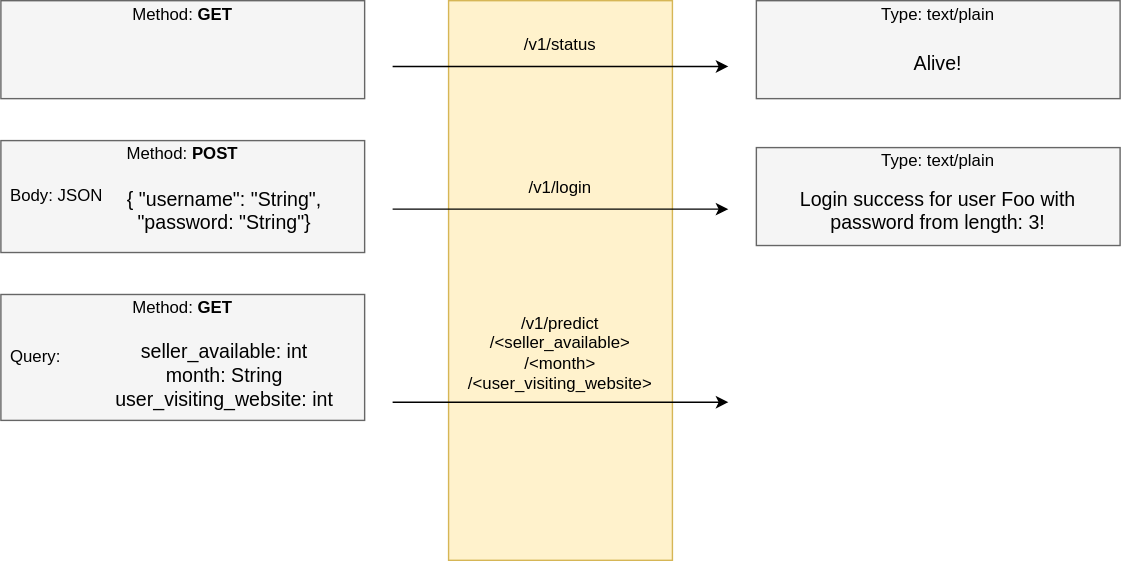
Above: structure.svg in Joffreybvn/challenge-flask-api (draw.io), before the change. Source tidied: cells renumbered, new cells last; positions are measured from the earlier drawing's top-left corner, leaving out a move shared by most shapes. Its diagram source:
```xml
<mxGraphModel>
  <root>
    <mxCell id="0" />
    <mxCell id="1" parent="0" />
    <mxCell id="2" style="rounded=0;whiteSpace=wrap;html=1;fillColor=#fff2cc;strokeColor=#d6b656;" parent="1" vertex="1">
      <mxGeometry x="320" width="160" height="400" as="geometry" />
    </mxCell>
    <mxCell id="3" style="endArrow=classic;html=1;" parent="1" edge="1">
      <mxGeometry relative="1" as="geometry">
        <mxPoint x="280" y="47" as="sourcePoint" />
        <mxPoint x="520" y="47" as="targetPoint" />
      </mxGeometry>
    </mxCell>
    <mxCell id="4" style="rounded=0;whiteSpace=wrap;html=1;fillColor=#f5f5f5;strokeColor=#666666;fontColor=#333333;" parent="1" vertex="1">
      <mxGeometry x="540" width="260" height="70" as="geometry" />
    </mxCell>
    <mxCell id="5" value="Type: text/plain" style="text;html=1;strokeColor=none;fillColor=none;align=center;verticalAlign=middle;whiteSpace=wrap;rounded=0;" parent="1" vertex="1">
      <mxGeometry x="540" width="260" height="20" as="geometry" />
    </mxCell>
    <mxCell id="6" value="&lt;font style=&quot;font-size: 14px&quot;&gt;Alive!&lt;/font&gt;" style="text;html=1;strokeColor=none;fillColor=none;align=center;verticalAlign=middle;whiteSpace=wrap;rounded=0;" parent="1" vertex="1">
      <mxGeometry x="650" y="35" width="40" height="20" as="geometry" />
    </mxCell>
    <mxCell id="7" style="rounded=0;whiteSpace=wrap;html=1;fillColor=#f5f5f5;strokeColor=#666666;fontColor=#333333;" parent="1" vertex="1">
      <mxGeometry width="260" height="70" as="geometry" />
    </mxCell>
    <mxCell id="8" value="Method: &lt;b&gt;GET&lt;/b&gt;" style="text;html=1;strokeColor=none;fillColor=none;align=center;verticalAlign=middle;whiteSpace=wrap;rounded=0;" parent="1" vertex="1">
      <mxGeometry width="260" height="20" as="geometry" />
    </mxCell>
    <mxCell id="9" value="/v1/status" style="text;html=1;strokeColor=none;fillColor=none;align=center;verticalAlign=middle;whiteSpace=wrap;rounded=0;" parent="1" vertex="1">
      <mxGeometry x="320" y="22" width="160" height="20" as="geometry" />
    </mxCell>
    <mxCell id="10" style="endArrow=classic;html=1;" parent="1" edge="1">
      <mxGeometry relative="1" as="geometry">
        <mxPoint x="280" y="149" as="sourcePoint" />
        <mxPoint x="520" y="149" as="targetPoint" />
      </mxGeometry>
    </mxCell>
    <mxCell id="11" value="/v1/login" style="text;html=1;strokeColor=none;fillColor=none;align=center;verticalAlign=middle;whiteSpace=wrap;rounded=0;" parent="1" vertex="1">
      <mxGeometry x="320" y="124" width="160" height="20" as="geometry" />
    </mxCell>
    <mxCell id="12" style="rounded=0;whiteSpace=wrap;html=1;fillColor=#f5f5f5;strokeColor=#666666;fontColor=#333333;" parent="1" vertex="1">
      <mxGeometry y="100" width="260" height="80" as="geometry" />
    </mxCell>
    <mxCell id="13" value="Method: &lt;b&gt;POST&lt;/b&gt;" style="text;html=1;strokeColor=none;fillColor=none;align=center;verticalAlign=middle;whiteSpace=wrap;rounded=0;" parent="1" vertex="1">
      <mxGeometry y="100" width="260" height="20" as="geometry" />
    </mxCell>
    <mxCell id="14" value="Body: JSON" style="text;html=1;strokeColor=none;fillColor=none;align=center;verticalAlign=middle;whiteSpace=wrap;rounded=0;" parent="1" vertex="1">
      <mxGeometry y="130" width="80" height="20" as="geometry" />
    </mxCell>
    <mxCell id="15" value="&lt;font style=&quot;font-size: 14px&quot;&gt;{ &quot;username&quot;: &quot;String&quot;,&lt;br&gt;&quot;password: &quot;String&quot;}&lt;/font&gt;" style="text;html=1;strokeColor=none;fillColor=none;align=center;verticalAlign=middle;whiteSpace=wrap;rounded=0;" parent="1" vertex="1">
      <mxGeometry x="60" y="130" width="200" height="40" as="geometry" />
    </mxCell>
    <mxCell id="16" style="rounded=0;whiteSpace=wrap;html=1;fillColor=#f5f5f5;strokeColor=#666666;fontColor=#333333;" parent="1" vertex="1">
      <mxGeometry x="540" y="105" width="260" height="70" as="geometry" />
    </mxCell>
    <mxCell id="17" value="Type: text/plain" style="text;html=1;strokeColor=none;fillColor=none;align=center;verticalAlign=middle;whiteSpace=wrap;rounded=0;" parent="1" vertex="1">
      <mxGeometry x="540" y="105" width="260" height="20" as="geometry" />
    </mxCell>
    <mxCell id="18" value="&lt;font style=&quot;font-size: 14px&quot;&gt;Login success for user Foo with password from length: 3!&lt;/font&gt;" style="text;html=1;strokeColor=none;fillColor=none;align=center;verticalAlign=middle;whiteSpace=wrap;rounded=0;" parent="1" vertex="1">
      <mxGeometry x="540" y="140" width="260" height="20" as="geometry" />
    </mxCell>
    <mxCell id="19" style="endArrow=classic;html=1;" parent="1" edge="1">
      <mxGeometry relative="1" as="geometry">
        <mxPoint x="280" y="287" as="sourcePoint" />
        <mxPoint x="520" y="287" as="targetPoint" />
      </mxGeometry>
    </mxCell>
    <mxCell id="20" value="/v1/predict&lt;br&gt;/&amp;lt;seller_available&amp;gt;&lt;br&gt;/&amp;lt;month&amp;gt;&lt;br&gt;/&amp;lt;user_visiting_website&amp;gt;" style="text;html=1;strokeColor=none;fillColor=none;align=center;verticalAlign=middle;whiteSpace=wrap;rounded=0;" parent="1" vertex="1">
      <mxGeometry x="320" y="222" width="160" height="60" as="geometry" />
    </mxCell>
    <mxCell id="21" style="rounded=0;whiteSpace=wrap;html=1;fillColor=#f5f5f5;strokeColor=#666666;fontColor=#333333;" parent="1" vertex="1">
      <mxGeometry y="210" width="260" height="90" as="geometry" />
    </mxCell>
    <mxCell id="22" value="Method: &lt;b&gt;GET&lt;/b&gt;" style="text;html=1;strokeColor=none;fillColor=none;align=center;verticalAlign=middle;whiteSpace=wrap;rounded=0;" parent="1" vertex="1">
      <mxGeometry y="210" width="260" height="20" as="geometry" />
    </mxCell>
    <mxCell id="23" value="Query:" style="text;html=1;strokeColor=none;fillColor=none;align=center;verticalAlign=middle;whiteSpace=wrap;rounded=0;" parent="1" vertex="1">
      <mxGeometry y="245" width="50" height="20" as="geometry" />
    </mxCell>
    <mxCell id="24" value="&lt;font style=&quot;font-size: 14px&quot;&gt;seller_available: int&lt;br&gt;month: String&lt;br&gt;user_visiting_website: int&lt;/font&gt;" style="text;html=1;strokeColor=none;fillColor=none;align=center;verticalAlign=middle;whiteSpace=wrap;rounded=0;" parent="1" vertex="1">
      <mxGeometry x="60" y="235" width="200" height="65" as="geometry" />
    </mxCell>
  </root>
</mxGraphModel>
```
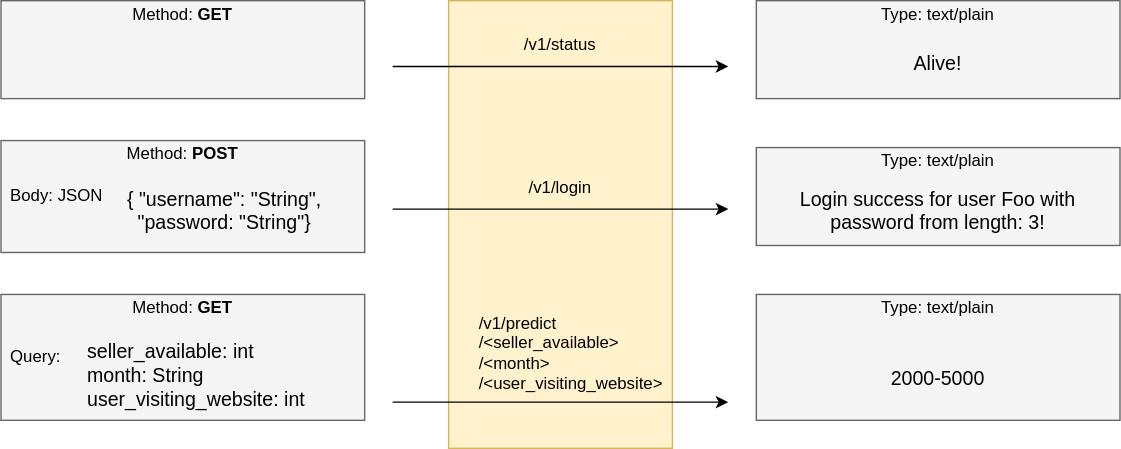
Later version of the same file.

The edit, as a diff of the source:
```diff
@@ -3,7 +3,7 @@
     <mxCell id="0" />
     <mxCell id="1" parent="0" />
     <mxCell id="2" style="rounded=0;whiteSpace=wrap;html=1;fillColor=#fff2cc;strokeColor=#d6b656;" parent="1" vertex="1">
-      <mxGeometry x="320" width="160" height="400" as="geometry" />
+      <mxGeometry x="320" width="160" height="320" as="geometry" />
     </mxCell>
     <mxCell id="3" style="endArrow=classic;html=1;" parent="1" edge="1">
       <mxGeometry relative="1" as="geometry">
@@ -65,8 +65,8 @@
         <mxPoint x="520" y="287" as="targetPoint" />
       </mxGeometry>
     </mxCell>
-    <mxCell id="20" value="/v1/predict&lt;br&gt;/&amp;lt;seller_available&amp;gt;&lt;br&gt;/&amp;lt;month&amp;gt;&lt;br&gt;/&amp;lt;user_visiting_website&amp;gt;" style="text;html=1;strokeColor=none;fillColor=none;align=center;verticalAlign=middle;whiteSpace=wrap;rounded=0;" parent="1" vertex="1">
-      <mxGeometry x="320" y="222" width="160" height="60" as="geometry" />
+    <mxCell id="20" value="/v1/predict&lt;br&gt;/&amp;lt;seller_available&amp;gt;&lt;br&gt;/&amp;lt;month&amp;gt;&lt;br&gt;/&amp;lt;user_visiting_website&amp;gt;" style="text;html=1;strokeColor=none;fillColor=none;align=left;verticalAlign=middle;whiteSpace=wrap;rounded=0;" parent="1" vertex="1">
+      <mxGeometry x="340" y="222" width="140" height="60" as="geometry" />
     </mxCell>
     <mxCell id="21" style="rounded=0;whiteSpace=wrap;html=1;fillColor=#f5f5f5;strokeColor=#666666;fontColor=#333333;" parent="1" vertex="1">
       <mxGeometry y="210" width="260" height="90" as="geometry" />
@@ -77,8 +77,17 @@
     <mxCell id="23" value="Query:" style="text;html=1;strokeColor=none;fillColor=none;align=center;verticalAlign=middle;whiteSpace=wrap;rounded=0;" parent="1" vertex="1">
       <mxGeometry y="245" width="50" height="20" as="geometry" />
     </mxCell>
-    <mxCell id="24" value="&lt;font style=&quot;font-size: 14px&quot;&gt;seller_available: int&lt;br&gt;month: String&lt;br&gt;user_visiting_website: int&lt;/font&gt;" style="text;html=1;strokeColor=none;fillColor=none;align=center;verticalAlign=middle;whiteSpace=wrap;rounded=0;" parent="1" vertex="1">
+    <mxCell id="24" value="&lt;font style=&quot;font-size: 14px&quot;&gt;seller_available: int&lt;br&gt;month: String&lt;br&gt;user_visiting_website: int&lt;/font&gt;" style="text;html=1;strokeColor=none;fillColor=none;align=left;verticalAlign=middle;whiteSpace=wrap;rounded=0;" parent="1" vertex="1">
       <mxGeometry x="60" y="235" width="200" height="65" as="geometry" />
     </mxCell>
+    <mxCell id="25" style="rounded=0;whiteSpace=wrap;html=1;fillColor=#f5f5f5;strokeColor=#666666;fontColor=#333333;" parent="1" vertex="1">
+      <mxGeometry x="540" y="210" width="260" height="90" as="geometry" />
+    </mxCell>
+    <mxCell id="26" value="Type: text/plain" style="text;html=1;strokeColor=none;fillColor=none;align=center;verticalAlign=middle;whiteSpace=wrap;rounded=0;" parent="1" vertex="1">
+      <mxGeometry x="540" y="210" width="260" height="20" as="geometry" />
+    </mxCell>
+    <mxCell id="27" value="&lt;font style=&quot;font-size: 14px&quot;&gt;2000-5000&lt;/font&gt;" style="text;html=1;strokeColor=none;fillColor=none;align=center;verticalAlign=middle;whiteSpace=wrap;rounded=0;" parent="1" vertex="1">
+      <mxGeometry x="620" y="260" width="100" height="20" as="geometry" />
+    </mxCell>
   </root>
 </mxGraphModel>
```
